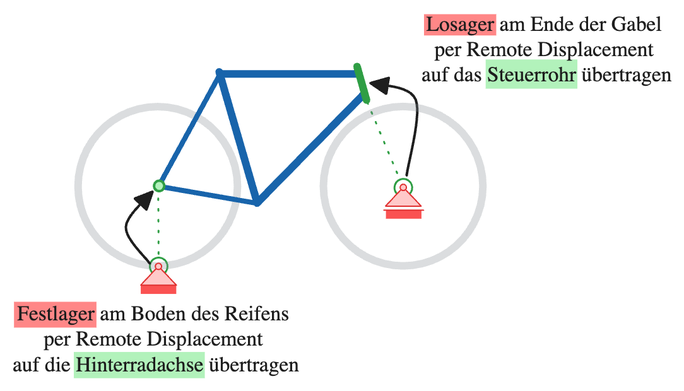
Above: docs/P2_Geometrie_Randbedingungen/02_Lagerungen/images/RemoteDisplacement_Fahrradbeispiel.excalidraw.png in prof-schoenfelder-lab/Strukturmechanik (Excalidraw), before the change. Source tidied: one line per element, renumbered; positions are measured from the earlier drawing's top-left corner, leaving out a move shared by most shapes.
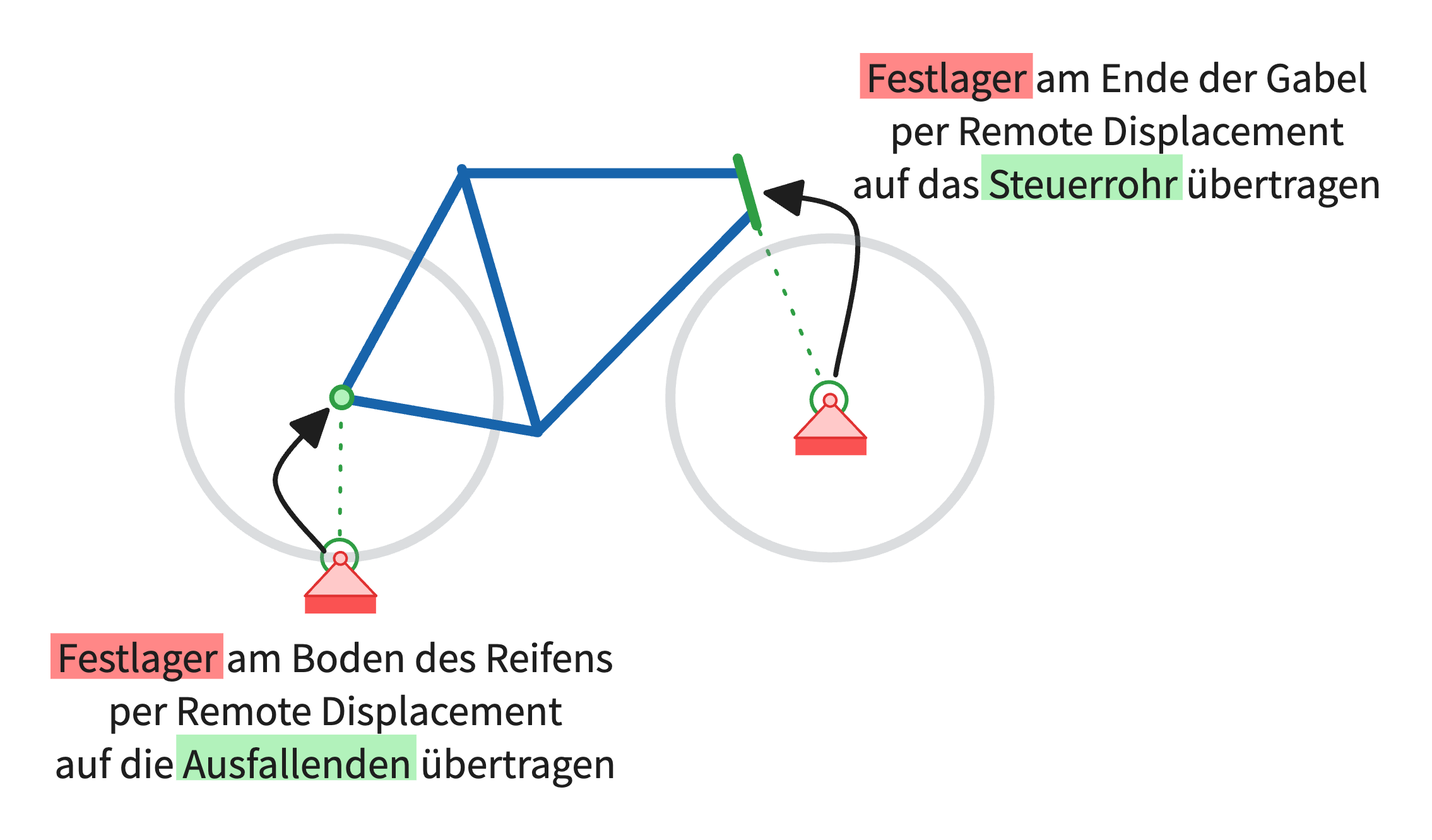
The same file after the commit.

Commit message:
Externe Lager: Fahrradskizze vorne Festlager, Texte passend zu Übung 3 (Ausfallenden); Ablauf Bauteil ersetzen mit Felix' Bildsequenz 01 bis 04; Übung 3 mit vier Schritten und Rotation X (SM-35)

Diff of the diagram source:
```diff
@@ -3,7 +3,7 @@
 {"id": 2, "type": "arrow", "strokeColor": "#1e1e1e", "backgroundColor": "#fff5f5", "fillStyle": "solid", "strokeWidth": 2, "roughness": 0, "endArrowhead": "triangle", "round": true, "from": 7, "to": 9, "x": 312, "y": 129, "width": 36, "height": 73, "points": [[0, 0], [7, -60], [-29, -73]]}
 {"id": 3, "type": "rectangle", "strokeColor": "transparent", "strokeWidth": 1, "roughness": 0, "x": 310, "y": 136, "width": 20, "height": 40}
 {"id": 4, "type": "rectangle", "strokeColor": "transparent", "strokeWidth": 1, "roughness": 0, "x": 290, "y": 156, "width": 40, "height": 20}
-{"id": 5, "type": "rectangle", "strokeColor": "transparent", "backgroundColor": "#fa5252", "fillStyle": "solid", "strokeWidth": 1, "roughness": 0, "x": 296, "y": 157, "width": 28, "height": 7}
+{"id": 5, "type": "rectangle", "strokeColor": "transparent", "backgroundColor": "#fa5252", "fillStyle": "solid", "strokeWidth": 1, "roughness": 0, "x": 296, "y": 154, "width": 28, "height": 7}
 {"id": 6, "type": "line", "strokeColor": "#e03131", "backgroundColor": "#ffc9c9", "fillStyle": "solid", "strokeWidth": 1, "roughness": 0, "x": 310, "y": 139, "width": 28, "height": 15, "points": [[0, 0], [14, 14], [-15, 14], [-1, 0]]}
 {"id": 7, "type": "ellipse", "strokeColor": "#e03131", "backgroundColor": "#ffc9c9", "fillStyle": "solid", "strokeWidth": 1, "roughness": 0, "x": 307, "y": 136, "width": 5, "height": 5}
 {"id": 8, "type": "ellipse", "strokeColor": "#868e96", "strokeWidth": "6", "roughness": 0, "opacity": 30, "x": 52, "y": 75, "width": 126, "height": 126}
@@ -14,17 +14,16 @@
 {"id": 13, "type": "line", "strokeColor": "#1864ab", "strokeWidth": "6", "roughness": 0, "x": 164, "y": 47, "width": 30, "height": 104, "points": [[0, 0], [30, 104]]}
 {"id": 14, "type": "line", "strokeColor": "#1864ab", "strokeWidth": "6", "roughness": 0, "x": 165, "y": 49, "width": 110, "height": 0, "points": [[0, 0], [110, 0]]}
 {"id": 15, "type": "line", "strokeColor": "#2f9e44", "strokeWidth": "6", "roughness": 0, "x": 273, "y": 43, "width": 8, "height": 27, "points": [[0, 0], [8, 27]]}
-{"id": 16, "type": "rectangle", "strokeColor": "transparent", "backgroundColor": "#b2f2bb", "fillStyle": "solid", "strokeWidth": 2, "roughness": 0, "x": 375, "y": 37, "width": 73, "height": 23}
+{"id": 16, "type": "rectangle", "strokeColor": "transparent", "backgroundColor": "#b2f2bb", "fillStyle": "solid", "strokeWidth": 2, "roughness": 0, "x": 369, "y": 41, "width": 80, "height": 18}
-{"id": 17, "type": "rectangle", "strokeColor": "transparent", "backgroundColor": "#ff8787", "fillStyle": "solid", "strokeWidth": 2, "roughness": 0, "x": 326, "y": 1, "width": 57, "height": 17}
+{"id": 17, "type": "rectangle", "strokeColor": "transparent", "backgroundColor": "#ff8787", "fillStyle": "solid", "strokeWidth": 2, "roughness": 0, "x": 321, "y": 1, "width": 68, "height": 18}
-{"id": 18, "type": "text", "text": "Losager am Ende der Gabel \nper Remote Displacement \nauf das Steuerrohr übertragen", "strokeColor": "#1e1e1e", "backgroundColor": "#ffc9c9", "fillStyle": "solid", "strokeWidth": 0.5, "strokeStyle": "dashed", "roughness": 2, "fontSize": 16.73, "fontFamily": 4, "textAlign": "center", "x": 324, "y": 0, "width": 198, "height": 60}
+{"id": 18, "type": "text", "text": "Festlager am Ende der Gabel\nper Remote Displacement\nauf das Steuerrohr übertragen", "strokeColor": "#1e1e1e", "backgroundColor": "#ffc9c9", "fillStyle": "solid", "strokeWidth": 0.5, "strokeStyle": "dashed", "roughness": 2, "fontSize": 16.73, "fontFamily": 4, "textAlign": "center", "x": 423, "y": 0, "width": 211, "height": 60}
-{"id": 19, "type": "rectangle", "strokeColor": "transparent", "backgroundColor": "#b2f2bb", "fillStyle": "solid", "strokeWidth": 2, "roughness": 0, "x": 48, "y": 269, "width": 104, "height": 21}
+{"id": 19, "type": "rectangle", "strokeColor": "transparent", "backgroundColor": "#b2f2bb", "fillStyle": "solid", "strokeWidth": 2, "roughness": 0, "x": 51, "y": 271, "width": 95, "height": 18}
-{"id": 20, "type": "rectangle", "strokeColor": "transparent", "backgroundColor": "#ff8787", "fillStyle": "solid", "strokeWidth": 2, "roughness": 0, "x": 1, "y": 229, "width": 65, "height": 20}
+{"id": 20, "type": "rectangle", "strokeColor": "transparent", "backgroundColor": "#ff8787", "fillStyle": "solid", "strokeWidth": 2, "roughness": 0, "x": 1, "y": 231, "width": 68, "height": 18}
-{"id": 21, "type": "text", "text": "Festlager am Boden des Reifens \nper Remote Displacement \nauf die Hinterradachse übertragen", "strokeColor": "#1e1e1e", "backgroundColor": "#ffc9c9", "fillStyle": "solid", "strokeWidth": 0.5, "strokeStyle": "dashed", "roughness": 2, "fontSize": 16.73, "fontFamily": 4, "textAlign": "center", "x": 0, "y": 230, "width": 227, "height": 60}
+{"id": 21, "type": "text", "text": "Festlager am Boden des Reifens\nper Remote Displacement\nauf die Ausfallenden übertragen", "strokeColor": "#1e1e1e", "backgroundColor": "#ffc9c9", "fillStyle": "solid", "strokeWidth": 0.5, "strokeStyle": "dashed", "roughness": 2, "fontSize": 16.73, "fontFamily": 4, "textAlign": "center", "x": 113, "y": 230, "width": 223, "height": 60}
 {"id": 22, "type": "rectangle", "strokeColor": "transparent", "strokeWidth": 1, "roughness": 0, "x": 116, "y": 198, "width": 20, "height": 40}
 {"id": 23, "type": "rectangle", "strokeColor": "transparent", "strokeWidth": 1, "roughness": 0, "x": 96, "y": 218, "width": 40, "height": 20}
 {"id": 24, "type": "rectangle", "strokeColor": "transparent", "backgroundColor": "#fa5252", "fillStyle": "solid", "strokeWidth": 1, "roughness": 0, "x": 102, "y": 216, "width": 28, "height": 7}
 {"id": 25, "type": "line", "strokeColor": "#e03131", "backgroundColor": "#ffc9c9", "fillStyle": "solid", "strokeWidth": 1, "roughness": 0, "x": 116, "y": 202, "width": 28, "height": 15, "points": [[0, 0], [14, 14], [-15, 14], [-1, 0]]}
 {"id": 26, "type": "ellipse", "strokeColor": "#e03131", "backgroundColor": "#ffc9c9", "fillStyle": "solid", "strokeWidth": 1, "roughness": 0, "x": 113, "y": 199, "width": 5, "height": 5}
-{"id": 27, "type": "line", "strokeColor": "#e03030", "backgroundColor": "#e03030", "fillStyle": "solid", "strokeWidth": 1, "roughness": 0, "x": 294, "y": 157, "width": 32, "height": 0, "points": [[0, 0], [32, 0]]}
 {"id": 28, "type": "ellipse", "strokeColor": "#2f9e44", "backgroundColor": "#b2f2bb", "fillStyle": "solid", "strokeWidth": 2, "roughness": 0, "x": 112, "y": 133, "width": 8, "height": 8}
 {"id": 29, "type": "arrow", "strokeColor": "#1e1e1e", "backgroundColor": "#fff5f5", "fillStyle": "solid", "strokeWidth": 2, "roughness": 0, "endArrowhead": "triangle", "round": true, "from": 26, "to": 28, "x": 109, "y": 199, "width": 21, "height": 57, "points": [[0, 0], [-19, -29], [2, -57]]}
```
